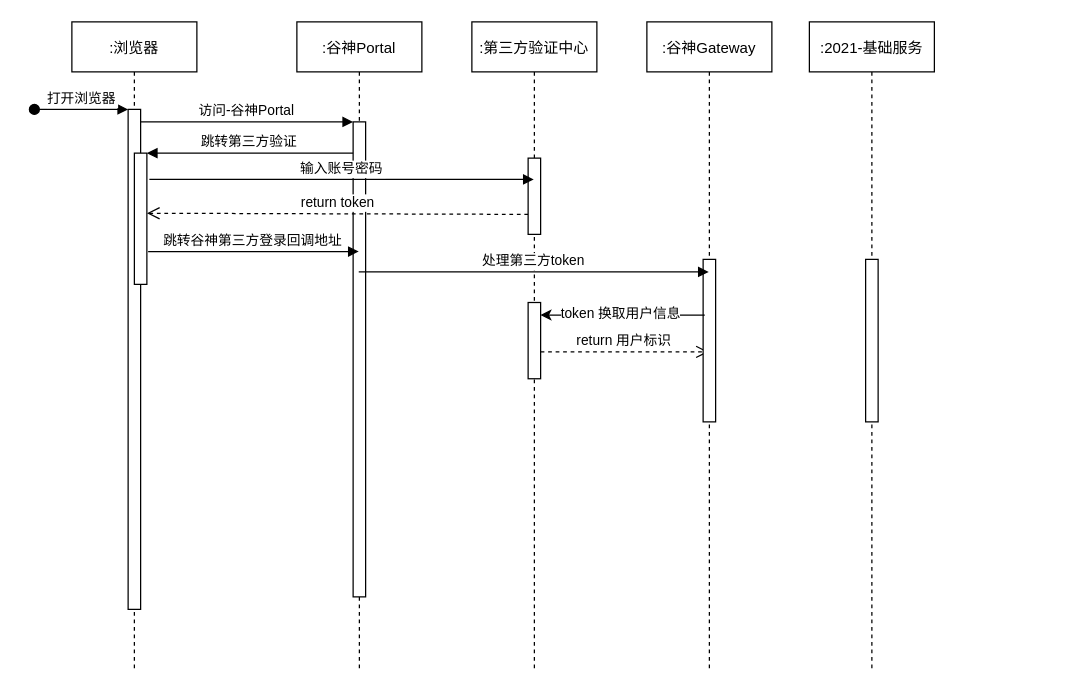
benchem/drawio keeps this draw.io diagram as Untitled Diagram.drawio. Above is the earlier version. Source tidied: cells renumbered, new cells numbered last; positions are measured from the earlier drawing's top-left corner, leaving out a move shared by most shapes. Both pictures are drawn from the tidied source at 125%, with x=0, y=0 at pixel (34, 21).
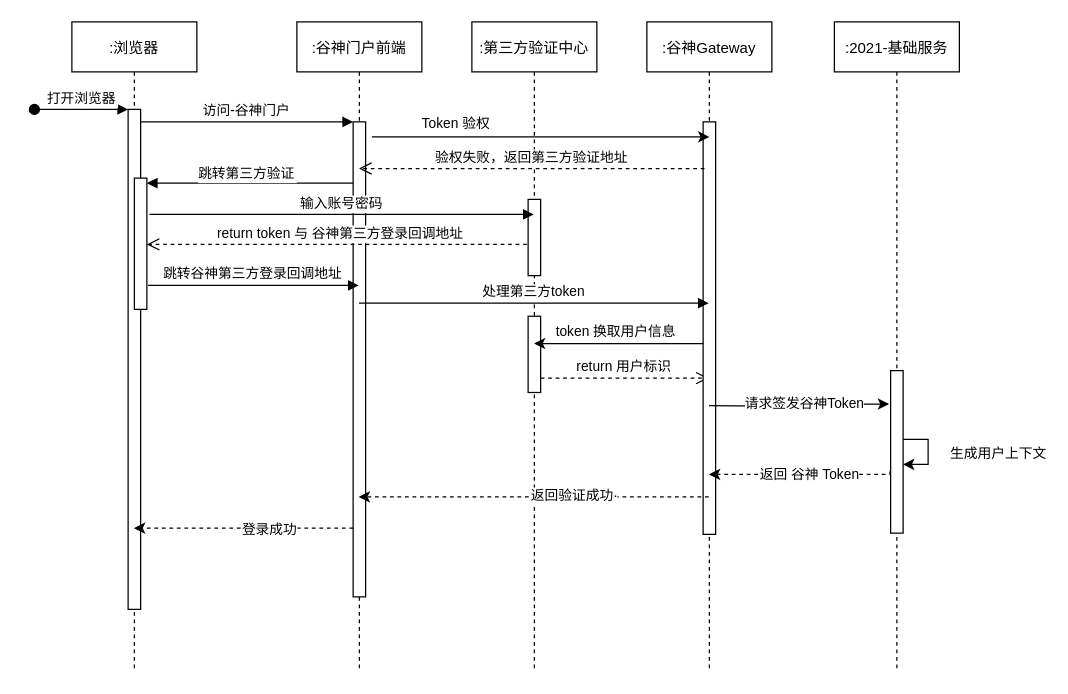
Above is the later version.

The change refers to these unchanged cells:
```xml
<mxCell id="2" value=":浏览器" style="shape=umlLifeline;perimeter=lifelinePerimeter;rounded=0;shadow=0;strokeWidth=1;" parent="1" vertex="1">
  <mxGeometry x="30" width="100" height="520" as="geometry" />
</mxCell>
<mxCell id="3" style="points=[];perimeter=orthogonalPerimeter;rounded=0;shadow=0;strokeWidth=1;" parent="2" vertex="1">
  <mxGeometry x="45" y="70" width="10" height="400" as="geometry" />
</mxCell>
<mxCell id="7" style="points=[];perimeter=orthogonalPerimeter;rounded=0;shadow=0;strokeWidth=1;" parent="6" vertex="1">
  <mxGeometry x="45" y="80" width="10" height="380" as="geometry" />
</mxCell>
<mxCell id="12" value=":第三方验证中心" style="shape=umlLifeline;perimeter=lifelinePerimeter;rounded=0;shadow=0;strokeWidth=1;" parent="1" vertex="1">
  <mxGeometry x="350" width="100" height="520" as="geometry" />
</mxCell>
<mxCell id="17" value=":谷神Gateway" style="shape=umlLifeline;perimeter=lifelinePerimeter;rounded=0;shadow=0;strokeWidth=1;" parent="1" vertex="1">
  <mxGeometry x="490" width="100" height="520" as="geometry" />
</mxCell>
```

What changed in the source:
```diff
@@
     <mxCell id="5" style="points=[];perimeter=orthogonalPerimeter;rounded=0;shadow=0;strokeWidth=1;" parent="2" vertex="1">
-      <mxGeometry x="50" y="105" width="10" height="105" as="geometry" />
+      <mxGeometry x="50" y="125" width="10" height="105" as="geometry" />
     </mxCell>
-    <mxCell id="6" value=":谷神Portal" style="shape=umlLifeline;perimeter=lifelinePerimeter;rounded=0;shadow=0;strokeWidth=1;" parent="1" vertex="1">
+    <mxCell id="6" value=":谷神门户前端" style="shape=umlLifeline;perimeter=lifelinePerimeter;rounded=0;shadow=0;strokeWidth=1;" parent="1" vertex="1">
       <mxGeometry x="210" width="100" height="520" as="geometry" />
     </mxCell>
@@
     <mxCell id="8" value="return 用户标识" style="verticalAlign=bottom;endArrow=open;dashed=1;endSize=8;shadow=0;strokeWidth=1;" parent="1" edge="1">
       <mxGeometry relative="1" as="geometry">
-        <mxPoint x="405" y="264" as="sourcePoint" />
-        <mxPoint x="539.5" y="264" as="targetPoint" />
+        <mxPoint x="405" y="285" as="sourcePoint" />
+        <mxPoint x="539.5" y="285" as="targetPoint" />
       </mxGeometry>
     </mxCell>
-    <mxCell id="9" value="访问-谷神Portal" style="verticalAlign=bottom;endArrow=block;entryX=0;entryY=0;shadow=0;strokeWidth=1;" parent="1" edge="1" source="3" target="7">
+    <mxCell id="9" value="访问-谷神门户" style="verticalAlign=bottom;endArrow=block;entryX=0;entryY=0;shadow=0;strokeWidth=1;" parent="1" edge="1" source="3" target="7">
       <mxGeometry relative="1" as="geometry" />
     </mxCell>
-    <mxCell id="10" value="跳转第三方验证" style="verticalAlign=bottom;endArrow=block;entryX=1;entryY=0;shadow=0;strokeWidth=1;" parent="1" edge="1" source="7" target="5">
-      <mxGeometry relative="1" as="geometry" />
+    <mxCell id="10" value="跳转第三方验证" style="verticalAlign=bottom;endArrow=block;entryX=1;entryY=0;shadow=0;strokeWidth=1;" parent="1" edge="1">
+      <mxGeometry x="0.03" y="1" relative="1" as="geometry">
+        <mxPoint x="255" y="129" as="sourcePoint" />
+        <mxPoint x="90" y="129" as="targetPoint" />
+      </mxGeometry>
     </mxCell>
-    <mxCell id="11" value="return token" style="verticalAlign=bottom;endArrow=open;dashed=1;endSize=8;shadow=0;strokeWidth=1;entryX=1.01;entryY=0.458;entryDx=0;entryDy=0;entryPerimeter=0;" parent="1" edge="1" target="5">
-      <mxGeometry relative="1" as="geometry">
-        <mxPoint x="395" y="154" as="sourcePoint" />
-      </mxGeometry>
+    <mxCell id="11" value="return token 与 谷神第三方登录回调地址" style="verticalAlign=bottom;endArrow=open;dashed=1;endSize=8;shadow=0;strokeWidth=1;entryX=0.992;entryY=0.505;entryDx=0;entryDy=0;entryPerimeter=0;exitX=0.5;exitY=0.591;exitDx=0;exitDy=0;exitPerimeter=0;" parent="1" edge="1" source="13" target="5">
+      <mxGeometry relative="1" as="geometry" />
     </mxCell>
@@
     <mxCell id="13" style="points=[];perimeter=orthogonalPerimeter;rounded=0;shadow=0;strokeWidth=1;" parent="12" vertex="1">
-      <mxGeometry x="45" y="109" width="10" height="61" as="geometry" />
+      <mxGeometry x="45" y="142" width="10" height="61" as="geometry" />
     </mxCell>
     <mxCell id="14" style="points=[];perimeter=orthogonalPerimeter;rounded=0;shadow=0;strokeWidth=1;" parent="12" vertex="1">
-      <mxGeometry x="45" y="224.5" width="10" height="61" as="geometry" />
+      <mxGeometry x="45" y="235.5" width="10" height="61" as="geometry" />
     </mxCell>
     <mxCell id="15" value="输入账号密码" style="verticalAlign=bottom;endArrow=block;shadow=0;strokeWidth=1;exitX=1.2;exitY=0.2;exitDx=0;exitDy=0;exitPerimeter=0;" parent="1" edge="1">
       <mxGeometry relative="1" as="geometry">
-        <mxPoint x="92" y="126" as="sourcePoint" />
-        <mxPoint x="399.5" y="126" as="targetPoint" />
+        <mxPoint x="92" y="154" as="sourcePoint" />
+        <mxPoint x="399.5" y="154" as="targetPoint" />
       </mxGeometry>
     </mxCell>
-    <mxCell id="16" value="跳转谷神第三方登录回调地址" style="verticalAlign=bottom;endArrow=block;shadow=0;strokeWidth=1;exitX=1.1;exitY=0.75;exitDx=0;exitDy=0;exitPerimeter=0;" parent="1" edge="1" source="5" target="6">
-      <mxGeometry relative="1" as="geometry" />
+    <mxCell id="16" value="跳转谷神第三方登录回调地址" style="verticalAlign=bottom;endArrow=block;shadow=0;strokeWidth=1;exitX=1.1;exitY=0.75;exitDx=0;exitDy=0;exitPerimeter=0;" parent="1" edge="1">
+      <mxGeometry relative="1" as="geometry">
+        <mxPoint x="91" y="210.8" as="sourcePoint" />
+        <mxPoint x="259.5" y="210.8" as="targetPoint" />
+      </mxGeometry>
     </mxCell>
@@
     <mxCell id="18" style="points=[];perimeter=orthogonalPerimeter;rounded=0;shadow=0;strokeWidth=1;" parent="17" vertex="1">
-      <mxGeometry x="45" y="190" width="10" height="130" as="geometry" />
+      <mxGeometry x="45" y="80" width="10" height="330" as="geometry" />
     </mxCell>
-    <mxCell id="19" value="处理第三方token" style="verticalAlign=bottom;endArrow=block;shadow=0;strokeWidth=1;" parent="1" edge="1" source="6" target="17">
+    <mxCell id="19" value="处理第三方token" style="verticalAlign=bottom;endArrow=block;shadow=0;strokeWidth=1;" parent="1" edge="1">
       <mxGeometry relative="1" as="geometry">
+        <mxPoint x="259.7" y="225" as="sourcePoint" />
+        <mxPoint x="539.5" y="225" as="targetPoint" />
         <Array as="points">
-          <mxPoint x="510" y="200" />
+          <mxPoint x="510" y="225" />
         </Array>
       </mxGeometry>
     </mxCell>
-    <mxCell id="20" style="edgeStyle=orthogonalEdgeStyle;rounded=0;jettySize=auto;html=1;entryX=0.977;entryY=0.165;entryDx=0;entryDy=0;entryPerimeter=0;exitX=0.131;exitY=0.343;exitDx=0;exitDy=0;exitPerimeter=0;" parent="1" edge="1" source="18" target="14">
-      <mxGeometry relative="1" as="geometry" />
+    <mxCell id="20" style="edgeStyle=orthogonalEdgeStyle;rounded=0;orthogonalLoop=1;jettySize=auto;html=1;exitX=0.031;exitY=0.668;exitDx=0;exitDy=0;exitPerimeter=0;" parent="1" edge="1">
+      <mxGeometry relative="1" as="geometry">
+        <mxPoint x="535.3" y="257.3" as="sourcePoint" />
+        <mxPoint x="399.7" y="257.3" as="targetPoint" />
+        <Array as="points">
+          <mxPoint x="450" y="257" />
+          <mxPoint x="450" y="257" />
+        </Array>
+      </mxGeometry>
     </mxCell>
     <mxCell id="21" value="token 换取用户信息" style="edgeLabel;html=1;align=center;verticalAlign=middle;" parent="20" vertex="1">
-      <mxGeometry x="0.04" y="-2" relative="1" as="geometry" />
+      <mxGeometry x="0.04" y="-2" relative="1" as="geometry">
+        <mxPoint y="-8" as="offset" />
+      </mxGeometry>
     </mxCell>
     <mxCell id="22" value=":2021-基础服务" style="shape=umlLifeline;perimeter=lifelinePerimeter;rounded=0;shadow=0;strokeWidth=1;" parent="1" vertex="1">
-      <mxGeometry x="620" width="100" height="520" as="geometry" />
+      <mxGeometry x="640" width="100" height="520" as="geometry" />
     </mxCell>
     <mxCell id="23" style="points=[];perimeter=orthogonalPerimeter;rounded=0;shadow=0;strokeWidth=1;" parent="22" vertex="1">
-      <mxGeometry x="45" y="190" width="10" height="130" as="geometry" />
+      <mxGeometry x="45" y="279" width="10" height="130" as="geometry" />
     </mxCell>
+    <mxCell id="24" style="edgeStyle=orthogonalEdgeStyle;rounded=0;orthogonalLoop=1;jettySize=auto;html=1;elbow=vertical;" parent="22" edge="1" source="23" target="23">
+      <mxGeometry relative="1" as="geometry" />
+    </mxCell>
+    <mxCell id="25" value="生成用户上下文" style="edgeLabel;html=1;align=center;verticalAlign=middle;" parent="24" vertex="1">
+      <mxGeometry x="0.76" relative="1" as="geometry">
+        <mxPoint x="68" y="-10" as="offset" />
+      </mxGeometry>
+    </mxCell>
+    <mxCell id="26" style="edgeStyle=orthogonalEdgeStyle;rounded=0;orthogonalLoop=1;jettySize=auto;html=1;" parent="1" edge="1">
+      <mxGeometry relative="1" as="geometry">
+        <mxPoint x="270" y="92" as="sourcePoint" />
+        <mxPoint x="540" y="92" as="targetPoint" />
+      </mxGeometry>
+    </mxCell>
+    <mxCell id="27" value="Token 验权" style="edgeLabel;html=1;align=center;verticalAlign=middle;" parent="26" vertex="1">
+      <mxGeometry x="-0.58" y="-2" relative="1" as="geometry">
+        <mxPoint x="9" y="-14" as="offset" />
+      </mxGeometry>
+    </mxCell>
+    <mxCell id="28" value="验权失败，返回第三方验证地址" style="verticalAlign=bottom;endArrow=open;dashed=1;endSize=8;shadow=0;strokeWidth=1;exitX=0.108;exitY=0.143;exitDx=0;exitDy=0;exitPerimeter=0;" parent="1" edge="1">
+      <mxGeometry relative="1" as="geometry">
+        <mxPoint x="536.1" y="117.3" as="sourcePoint" />
+        <mxPoint x="259.7" y="117.3" as="targetPoint" />
+      </mxGeometry>
+    </mxCell>
+    <mxCell id="29" style="edgeStyle=orthogonalEdgeStyle;rounded=0;jettySize=auto;html=1;entryX=-0.123;entryY=0.206;entryDx=0;entryDy=0;entryPerimeter=0;" parent="1" edge="1" target="23">
+      <mxGeometry relative="1" as="geometry">
+        <mxPoint x="539.7" y="307" as="sourcePoint" />
+      </mxGeometry>
+    </mxCell>
+    <mxCell id="30" value="请求签发谷神Token" style="edgeLabel;html=1;align=center;verticalAlign=middle;" parent="29" vertex="1">
+      <mxGeometry x="0.07" y="1" relative="1" as="geometry" />
+    </mxCell>
+    <mxCell id="31" style="edgeStyle=orthogonalEdgeStyle;rounded=0;jettySize=auto;html=1;dashed=1;exitX=-0.046;exitY=0.62;exitDx=0;exitDy=0;exitPerimeter=0;" parent="1" edge="1" source="23">
+      <mxGeometry relative="1" as="geometry">
+        <mxPoint x="539.7" y="362" as="targetPoint" />
+        <Array as="points">
+          <mxPoint x="685" y="362" />
+        </Array>
+      </mxGeometry>
+    </mxCell>
+    <mxCell id="32" value="返回 谷神 Token" style="edgeLabel;html=1;align=center;verticalAlign=middle;" parent="31" vertex="1">
+      <mxGeometry x="0.11" y="-1" relative="1" as="geometry">
+        <mxPoint x="15" as="offset" />
+      </mxGeometry>
+    </mxCell>
+    <mxCell id="33" style="edgeStyle=orthogonalEdgeStyle;rounded=0;jettySize=auto;html=1;dashed=1;" parent="1" edge="1" source="17" target="6">
+      <mxGeometry relative="1" as="geometry">
+        <Array as="points">
+          <mxPoint x="360" y="380" />
+          <mxPoint x="360" y="380" />
+        </Array>
+      </mxGeometry>
+    </mxCell>
+    <mxCell id="34" value="返回验证成功·" style="edgeLabel;html=1;align=center;verticalAlign=middle;" parent="33" vertex="1">
+      <mxGeometry x="-0.23" y="-2" relative="1" as="geometry" />
+    </mxCell>
+    <mxCell id="35" style="edgeStyle=orthogonalEdgeStyle;rounded=0;orthogonalLoop=1;jettySize=auto;html=1;dashed=1;" parent="1" edge="1">
+      <mxGeometry relative="1" as="geometry">
+        <mxPoint x="255" y="405" as="sourcePoint" />
+        <mxPoint x="79.7" y="405" as="targetPoint" />
+        <Array as="points">
+          <mxPoint x="140" y="405" />
+          <mxPoint x="140" y="405" />
+        </Array>
+      </mxGeometry>
+    </mxCell>
+    <mxCell id="36" value="登录成功" style="edgeLabel;html=1;align=center;verticalAlign=middle;" parent="35" vertex="1">
+      <mxGeometry x="-0.22" relative="1" as="geometry" />
+    </mxCell>
```
